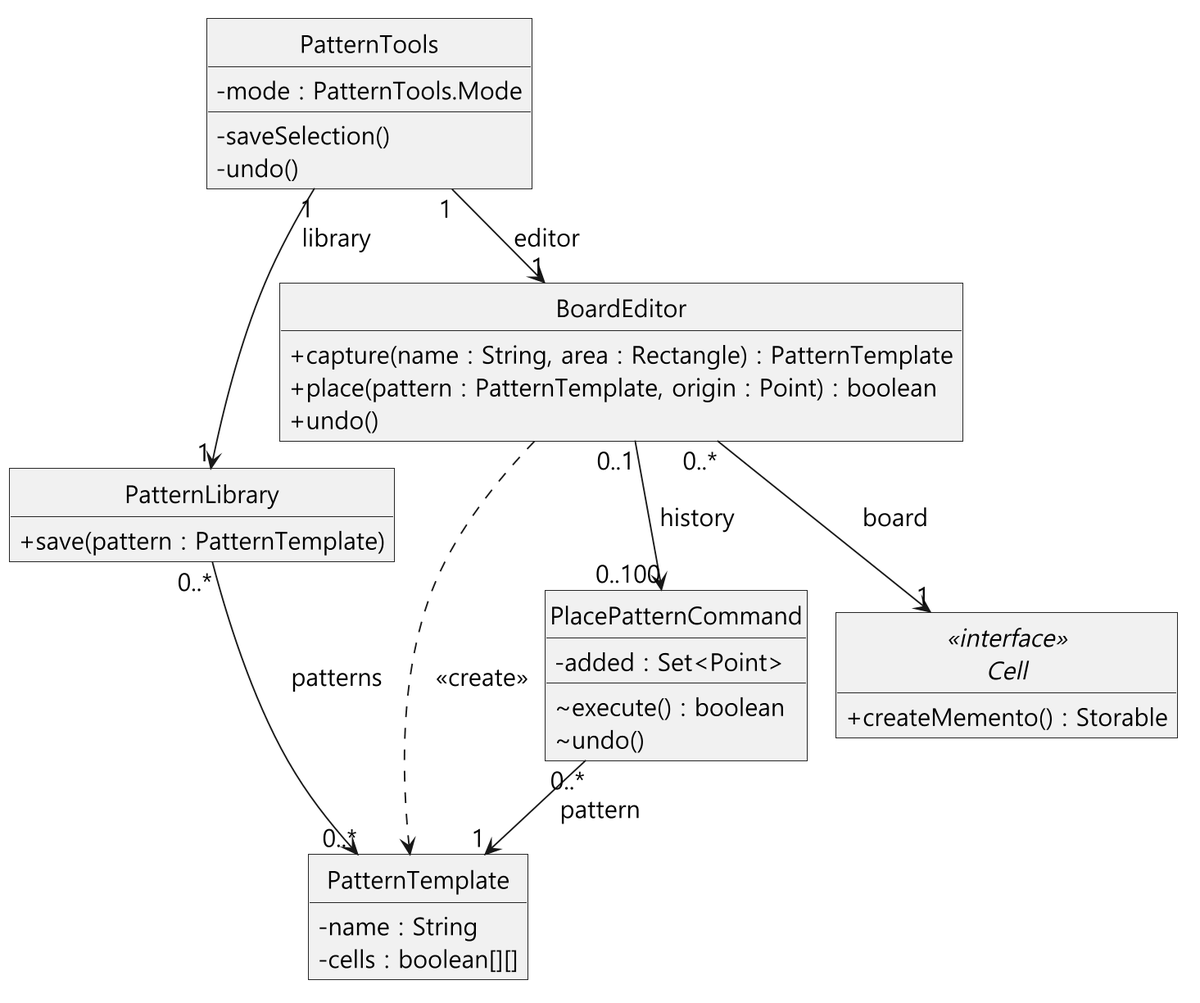
mckimR1972/DP_team_project keeps this PlantUML diagram as docs/capture/diagrams/report/02-classes.png. Above is the earlier version.
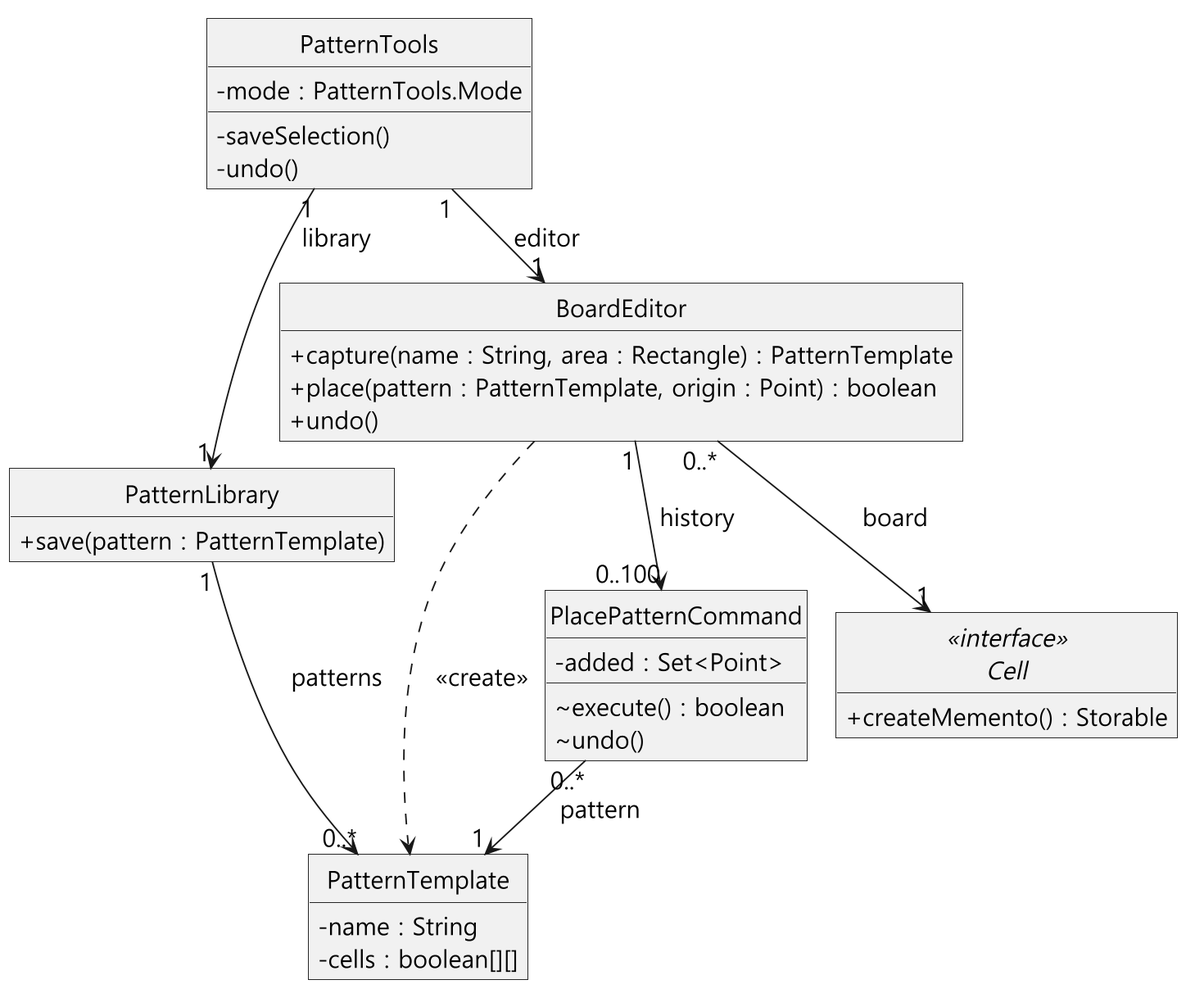
The same file after the commit.

Change to the diagram source:
```diff
@@ -28,9 +28,9 @@
 }
 PatternTools "1" --> "1" BoardEditor : editor
 PatternTools "1" --> "1" PatternLibrary : library
-PatternLibrary "0..*" --> "0..*" PatternTemplate : patterns
+PatternLibrary "1" --> "0..*" PatternTemplate : patterns
 BoardEditor "0..*" --> "1" Cell : board
 BoardEditor ..> PatternTemplate : <<create>>
-BoardEditor "0..1" --> "0..100" PlacePatternCommand : history
+BoardEditor "1" --> "0..100" PlacePatternCommand : history
 PlacePatternCommand "0..*" --> "1" PatternTemplate : pattern
 @enduml
```
